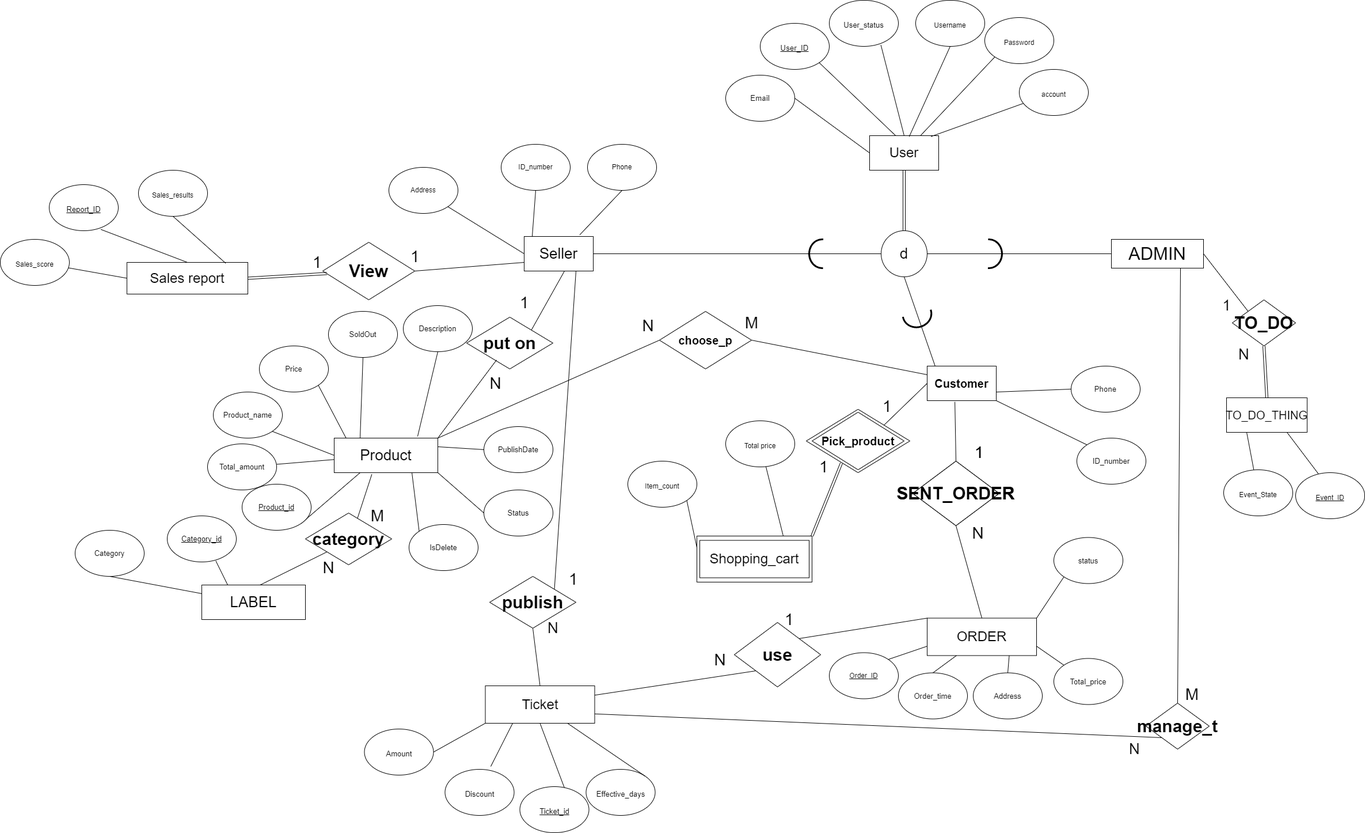
Earlier version of the draw.io export Report/ER_new.png (S1nceU/111-1-Database-System). Source tidied: cells renumbered, new cells last; positions are measured from the earlier drawing's top-left corner, leaving out a move shared by most shapes.
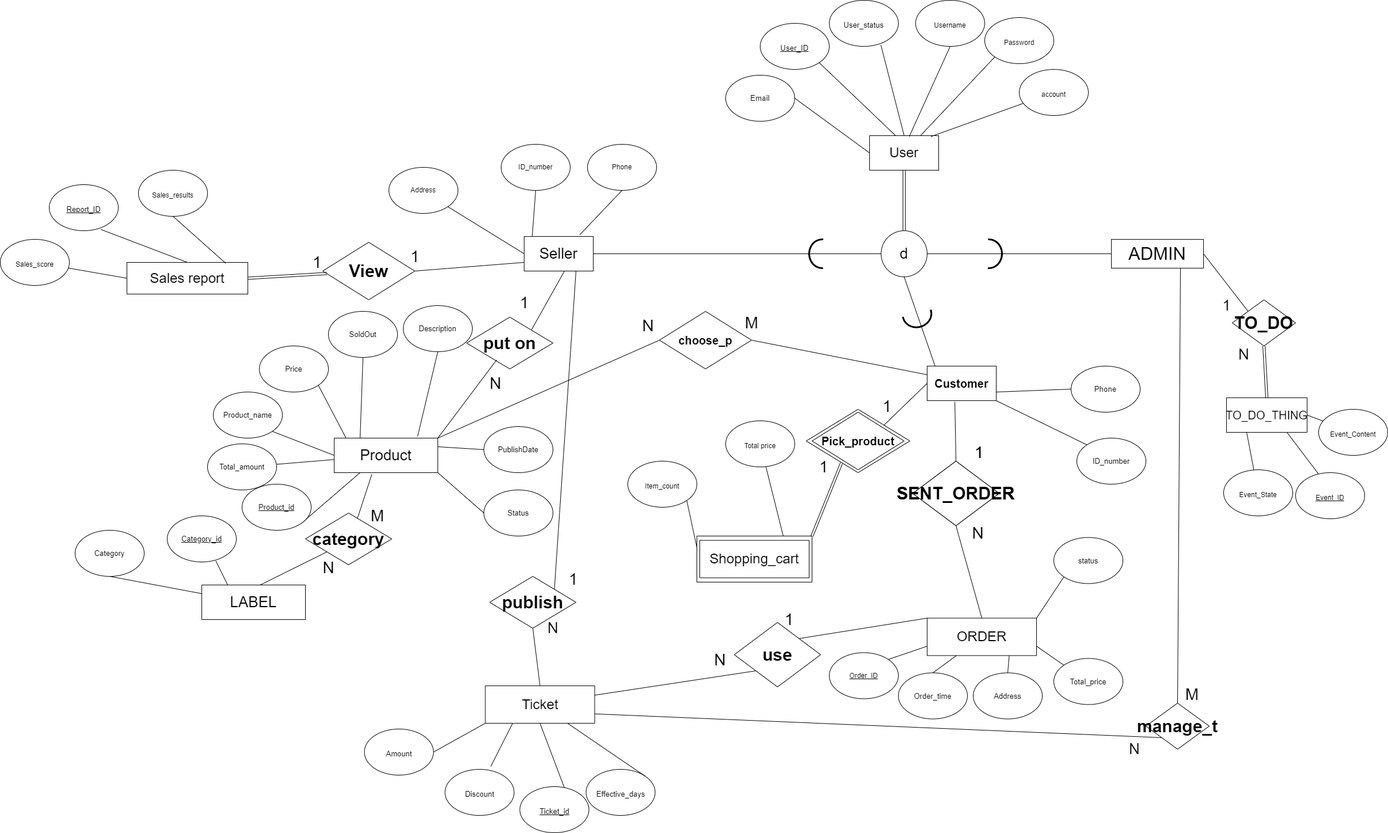
Above is the later version.

The edit, as a diff of the source:
```diff
@@ -129,6 +129,9 @@
     <mxCell id="42" style="edgeStyle=none;rounded=0;jettySize=auto;html=1;exitX=0.75;exitY=1;exitDx=0;exitDy=0;entryX=0.341;entryY=0.048;entryDx=0;entryDy=0;entryPerimeter=0;strokeColor=default;fontSize=26;endArrow=none;endFill=0;" parent="1" edge="1" source="43" target="45">
       <mxGeometry relative="1" as="geometry" />
     </mxCell>
+    <mxCell id="152" style="rounded=0;jettySize=auto;html=1;exitX=1;exitY=0.5;exitDx=0;exitDy=0;endArrow=none;endFill=0;" parent="1" edge="1" source="43" target="153">
+      <mxGeometry relative="1" as="geometry" />
+    </mxCell>
     <mxCell id="43" value="&lt;font style=&quot;font-size: 20px;&quot;&gt;TO_DO_THING&lt;/font&gt;" style="rounded=0;whiteSpace=wrap;html=1;fontSize=12;" parent="1" vertex="1">
       <mxGeometry x="2130" y="690" width="140" height="60" as="geometry" />
     </mxCell>
@@ -233,12 +236,6 @@
     <mxCell id="76" style="endArrow=none;html=1;rounded=0;fontSize=12;exitX=0;exitY=0.5;exitDx=0;exitDy=0;entryX=1;entryY=0.25;entryDx=0;entryDy=0;" parent="1" edge="1" source="71" target="62">
       <mxGeometry relative="1" as="geometry" />
     </mxCell>
-    <mxCell id="77" value="&lt;span style=&quot;font-family: Arial; font-size: 13px; text-align: left; background-color: rgb(255, 255, 255);&quot;&gt;IsDelete&lt;/span&gt;" style="ellipse;whiteSpace=wrap;html=1;fontSize=12;" parent="1" vertex="1">
-      <mxGeometry x="710" y="910" width="120" height="80" as="geometry" />
-    </mxCell>
-    <mxCell id="78" style="endArrow=none;html=1;rounded=0;fontSize=12;exitX=0;exitY=0;exitDx=0;exitDy=0;entryX=0.75;entryY=1;entryDx=0;entryDy=0;" parent="1" edge="1" source="77" target="62">
-      <mxGeometry relative="1" as="geometry" />
-    </mxCell>
     <mxCell id="79" style="edgeStyle=none;rounded=0;jettySize=auto;html=1;exitX=1;exitY=0.75;exitDx=0;exitDy=0;entryX=0;entryY=1;entryDx=0;entryDy=0;endArrow=none;endFill=0;" parent="1" edge="1" source="80" target="114">
       <mxGeometry relative="1" as="geometry" />
     </mxCell>
@@ -460,5 +457,8 @@
     <mxCell id="151" value="&lt;div style=&quot;text-align: left;&quot;&gt;&lt;font face=&quot;Arial&quot;&gt;&lt;span style=&quot;font-size: 13px; background-color: rgb(255, 255, 255);&quot;&gt;Total_amount&lt;/span&gt;&lt;/font&gt;&lt;/div&gt;" style="ellipse;whiteSpace=wrap;html=1;fontSize=12;fontStyle=0;" parent="1" vertex="1">
       <mxGeometry x="360" y="770" width="120" height="80" as="geometry" />
     </mxCell>
+    <mxCell id="153" value="&lt;span style=&quot;font-size: 12px;&quot;&gt;Event_Content&lt;/span&gt;" style="ellipse;whiteSpace=wrap;html=1;fontSize=24;" parent="1" vertex="1">
+      <mxGeometry x="2290" y="710" width="120" height="80" as="geometry" />
+    </mxCell>
   </root>
 </mxGraphModel>
```
